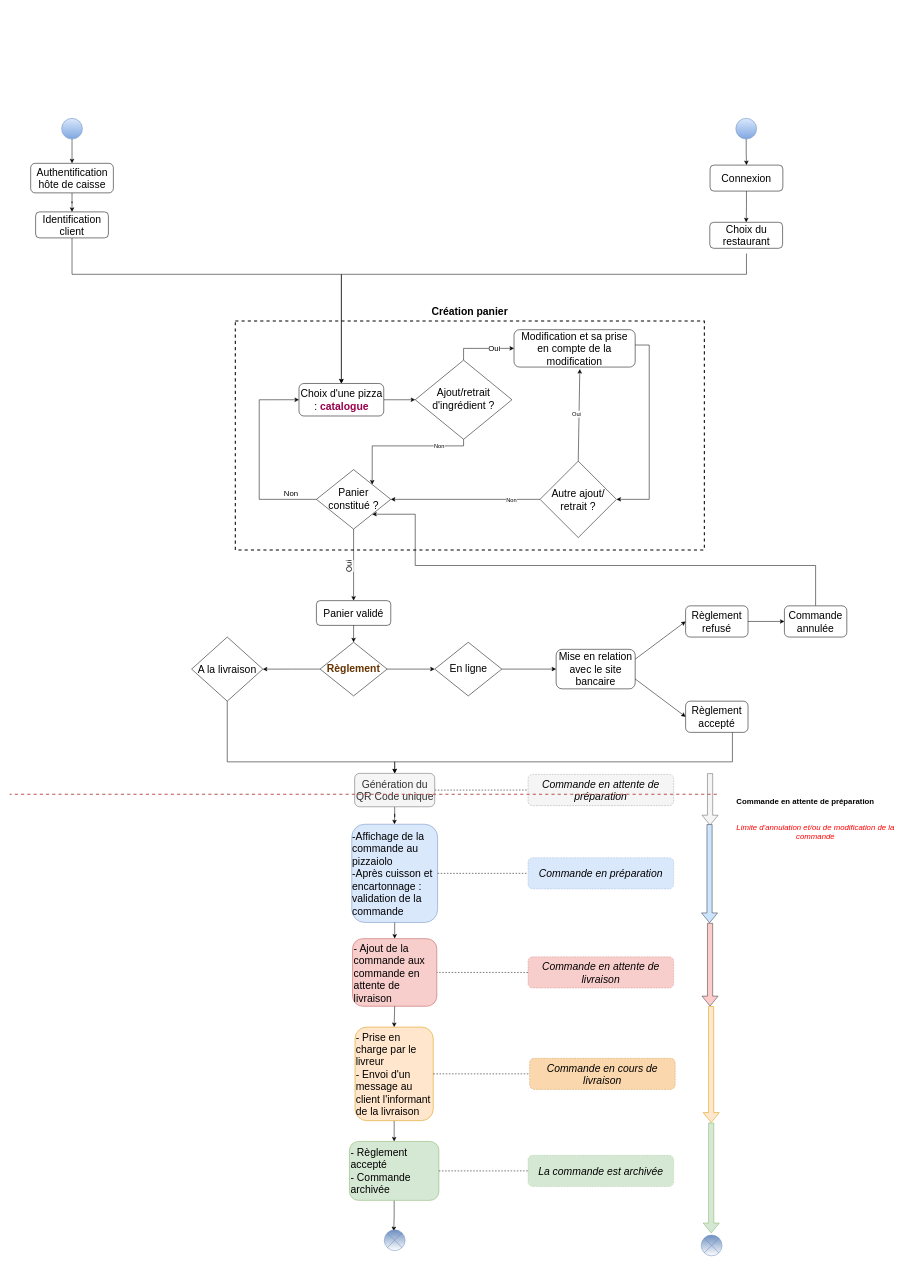
Earlier version of the draw.io diagram Copy of Copy of Untitled Diagram.drawio (OMorlotti/P4-analyser-les-besoin-de-mon-client-pour-son-groupe-de-pizzerias). Source tidied: cells renumbered, new cells numbered last; positions are measured from the earlier drawing's top-left corner, leaving out a move shared by most shapes. Both pictures are drawn from the tidied source at 52%, with x=0, y=0 at pixel (9, 9).
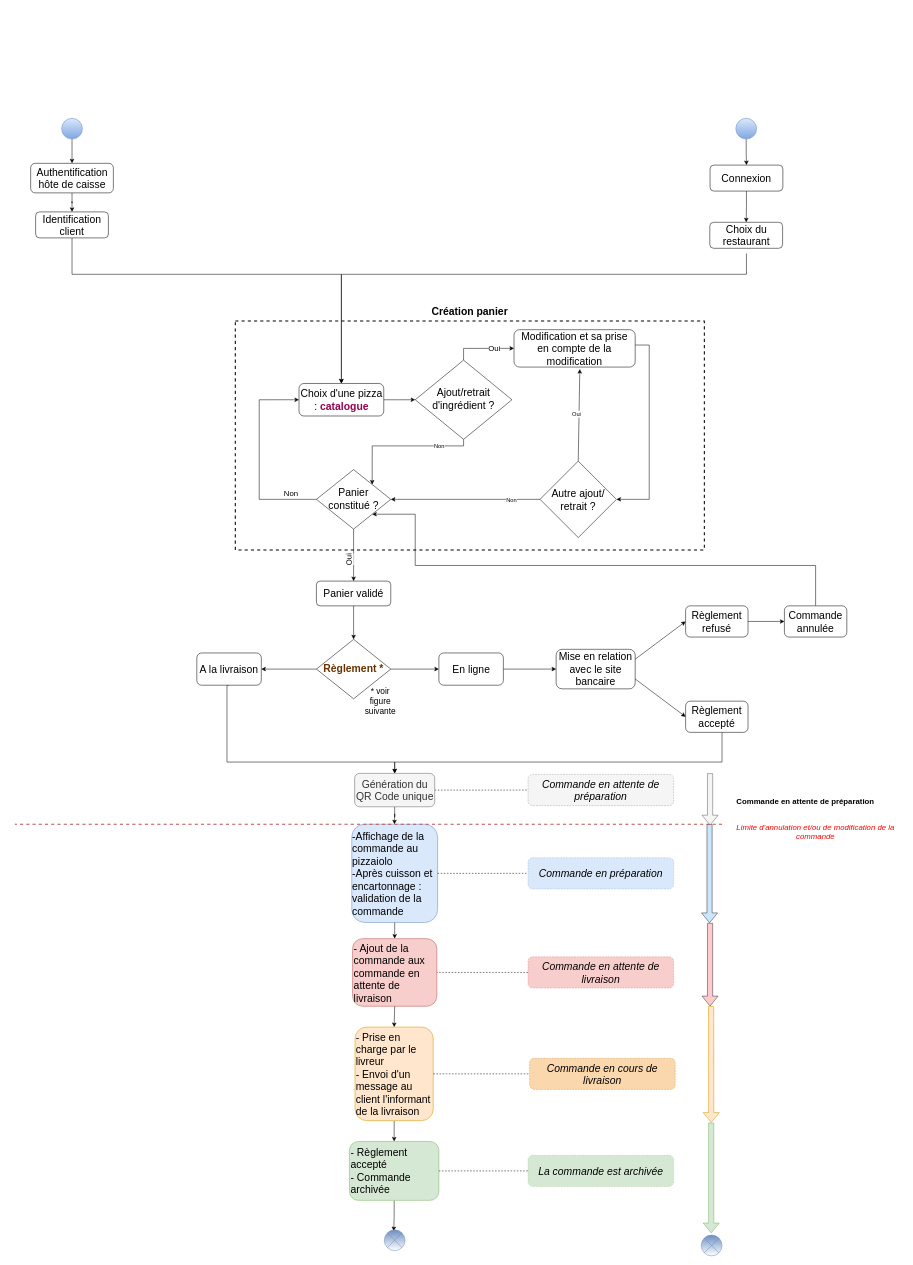
After the change.

Unchanged cells that the change refers to:
```xml
<mxCell id="23" value="&lt;font style=&quot;font-size: 20px&quot;&gt;Génération du QR Code unique&lt;/font&gt;" style="rounded=1;whiteSpace=wrap;html=1;direction=north;fillColor=#f5f5f5;strokeColor=#666666;fontColor=#333333;" parent="1" vertex="1">
  <mxGeometry x="663.5" y="1469.7" width="154" height="64.3" as="geometry" />
</mxCell>
<mxCell id="53" value="&lt;font style=&quot;font-size: 20px&quot;&gt;Mise en relation avec le site bancaire&lt;/font&gt;" style="rounded=1;whiteSpace=wrap;html=1;fillColor=#FFFFFF;gradientColor=none;" parent="1" vertex="1">
  <mxGeometry x="1051" y="1231.2" width="152" height="76" as="geometry" />
</mxCell>
<mxCell id="59" value="&lt;font style=&quot;font-size: 20px&quot;&gt;Règlement accepté&lt;/font&gt;" style="rounded=1;whiteSpace=wrap;html=1;fillColor=#FFFFFF;gradientColor=none;" parent="1" vertex="1">
  <mxGeometry x="1300" y="1330.9" width="120" height="60" as="geometry" />
</mxCell>
```

Change to the diagram source:
```diff
@@
-    <mxCell id="7" style="edgeStyle=orthogonalEdgeStyle;rounded=0;jettySize=auto;html=1;endArrow=classic;endFill=1;" parent="1" edge="1" source="43" target="31">
+    <mxCell id="7" style="edgeStyle=orthogonalEdgeStyle;rounded=0;jettySize=auto;html=1;endArrow=classic;endFill=1;entryX=1;entryY=0.5;entryDx=0;entryDy=0;" parent="1" edge="1" source="43" target="31">
       <mxGeometry relative="1" as="geometry" />
     </mxCell>
-    <mxCell id="8" style="edgeStyle=orthogonalEdgeStyle;rounded=0;jettySize=auto;html=1;endArrow=classic;endFill=1;" parent="1" edge="1" source="43" target="10">
+    <mxCell id="8" style="edgeStyle=orthogonalEdgeStyle;rounded=0;jettySize=auto;html=1;endArrow=classic;endFill=1;entryX=0;entryY=0.5;entryDx=0;entryDy=0;" parent="1" edge="1" source="43" target="10">
       <mxGeometry relative="1" as="geometry" />
     </mxCell>
-    <mxCell id="9" style="edgeStyle=orthogonalEdgeStyle;rounded=0;jettySize=auto;html=1;entryX=0;entryY=0.5;entryDx=0;entryDy=0;" parent="1" edge="1" source="10" target="53">
+    <mxCell id="9" style="edgeStyle=orthogonalEdgeStyle;rounded=0;jettySize=auto;html=1;entryX=0;entryY=0.5;entryDx=0;entryDy=0;exitX=1;exitY=0.5;exitDx=0;exitDy=0;" parent="1" edge="1" source="10" target="53">
       <mxGeometry relative="1" as="geometry" />
     </mxCell>
-    <mxCell id="10" value="&lt;font style=&quot;font-size: 20px&quot;&gt;En ligne&lt;/font&gt;" style="rhombus;whiteSpace=wrap;html=1;shadow=0;fontFamily=Helvetica;fontSize=12;align=center;strokeWidth=1;spacing=6;spacingTop=-4;" parent="1" vertex="1">
-      <mxGeometry x="817.5" y="1217.6" width="129" height="103.2" as="geometry" />
-    </mxCell>
@@
-    <mxCell id="30" style="edgeStyle=orthogonalEdgeStyle;rounded=0;jettySize=auto;html=1;entryX=1;entryY=0.5;entryDx=0;entryDy=0;" parent="1" edge="1" source="31" target="23">
+    <mxCell id="30" style="edgeStyle=orthogonalEdgeStyle;rounded=0;jettySize=auto;html=1;entryX=1;entryY=0.5;entryDx=0;entryDy=0;exitX=0.5;exitY=1;exitDx=0;exitDy=0;" parent="1" edge="1" source="31" target="23">
       <mxGeometry relative="1" as="geometry">
         <Array as="points">
-          <mxPoint x="418" y="1447.6" />
-          <mxPoint x="740" y="1447.6" />
+          <mxPoint x="418" y="1300" />
+          <mxPoint x="418" y="1448" />
+          <mxPoint x="741" y="1448" />
         </Array>
       </mxGeometry>
     </mxCell>
-    <mxCell id="31" value="&lt;span style=&quot;font-size: 20px&quot;&gt;A la livraison&lt;/span&gt;" style="rhombus;whiteSpace=wrap;html=1;" parent="1" vertex="1">
-      <mxGeometry x="350" y="1207.6" width="137" height="123.3" as="geometry" />
-    </mxCell>
@@
-    <mxCell id="43" value="&lt;font style=&quot;font-size: 20px&quot; color=&quot;#663300&quot;&gt;&lt;b&gt;Règlement&lt;/b&gt;&lt;/font&gt;" style="rhombus;whiteSpace=wrap;html=1;shadow=0;fontFamily=Helvetica;fontSize=12;align=center;strokeWidth=1;spacing=6;spacingTop=-4;" parent="1" vertex="1">
-      <mxGeometry x="597" y="1217.6" width="129" height="103.2" as="geometry" />
+    <mxCell id="43" value="&lt;font style=&quot;font-size: 20px&quot; color=&quot;#663300&quot;&gt;&lt;b&gt;Règlement *&lt;br&gt;&lt;/b&gt;&lt;/font&gt;" style="rhombus;whiteSpace=wrap;html=1;shadow=0;fontFamily=Helvetica;fontSize=12;align=center;strokeWidth=1;spacing=6;spacingTop=-4;" parent="1" vertex="1">
+      <mxGeometry x="590" y="1212" width="143" height="114.4" as="geometry" />
     </mxCell>
     <mxCell id="44" style="endArrow=none;html=1;dashed=1;fillColor=#f8cecc;strokeColor=#b85450;strokeWidth=2;" parent="1" edge="1">
       <mxGeometry relative="1" as="geometry">
-        <mxPoint x="1360" y="1510" as="sourcePoint" />
-        <mxPoint y="1510" as="targetPoint" />
+        <mxPoint x="1370" y="1567.6" as="sourcePoint" />
+        <mxPoint x="10" y="1567.6" as="targetPoint" />
       </mxGeometry>
     </mxCell>
@@
     <mxCell id="58" style="edgeStyle=orthogonalEdgeStyle;rounded=0;jettySize=auto;html=1;entryX=1;entryY=0.5;entryDx=0;entryDy=0;" parent="1" edge="1" source="59" target="23">
       <mxGeometry relative="1" as="geometry">
         <Array as="points">
-          <mxPoint x="1390" y="1447.6" />
-          <mxPoint x="741" y="1447.6" />
+          <mxPoint x="1370" y="1448" />
+          <mxPoint x="741" y="1448" />
         </Array>
       </mxGeometry>
     </mxCell>
@@
     <mxCell id="71" value="&lt;font style=&quot;font-size: 20px&quot;&gt;Panier validé&lt;/font&gt;" style="rounded=1;whiteSpace=wrap;html=1;fontSize=12;glass=0;strokeWidth=1;shadow=0;" parent="1" vertex="1">
-      <mxGeometry x="590" y="1137.6" width="143" height="47.6" as="geometry" />
+      <mxGeometry x="590" y="1100" width="143" height="47.6" as="geometry" />
     </mxCell>
-    <mxCell id="72" style="endArrow=classic;html=1;fontColor=#000000;entryX=0.5;entryY=0;entryDx=0;entryDy=0;exitX=0.5;exitY=1;exitDx=0;exitDy=0;" parent="1" edge="1" source="71" target="43">
-      <mxGeometry relative="1" as="geometry" />
-    </mxCell>
@@
+    <mxCell id="72" style="endArrow=classic;html=1;exitX=0.5;exitY=1;exitDx=0;exitDy=0;entryX=0.5;entryY=0;entryDx=0;entryDy=0;" parent="1" edge="1" source="71" target="43">
+      <mxGeometry relative="1" as="geometry" />
+    </mxCell>
+    <mxCell id="84" value="&lt;font style=&quot;font-size: 16px&quot;&gt;* voir figure suivante&lt;/font&gt;" style="text;html=1;strokeColor=none;fillColor=none;align=center;verticalAlign=middle;whiteSpace=wrap;rounded=0;" parent="1" vertex="1">
+      <mxGeometry x="693" y="1320.8" width="40" height="20" as="geometry" />
+    </mxCell>
+    <mxCell id="10" value="&lt;font style=&quot;font-size: 20px&quot;&gt;En ligne&lt;/font&gt;" style="rounded=1;whiteSpace=wrap;html=1;fillColor=#FFFFFF;gradientColor=none;" parent="1" vertex="1">
+      <mxGeometry x="825.5" y="1238.2" width="124" height="62" as="geometry" />
+    </mxCell>
+    <mxCell id="31" value="&lt;font style=&quot;font-size: 20px&quot;&gt;A la livraison&lt;/font&gt;" style="rounded=1;whiteSpace=wrap;html=1;fillColor=#FFFFFF;gradientColor=none;" parent="1" vertex="1">
+      <mxGeometry x="360" y="1238.2" width="124" height="62" as="geometry" />
+    </mxCell>
```
